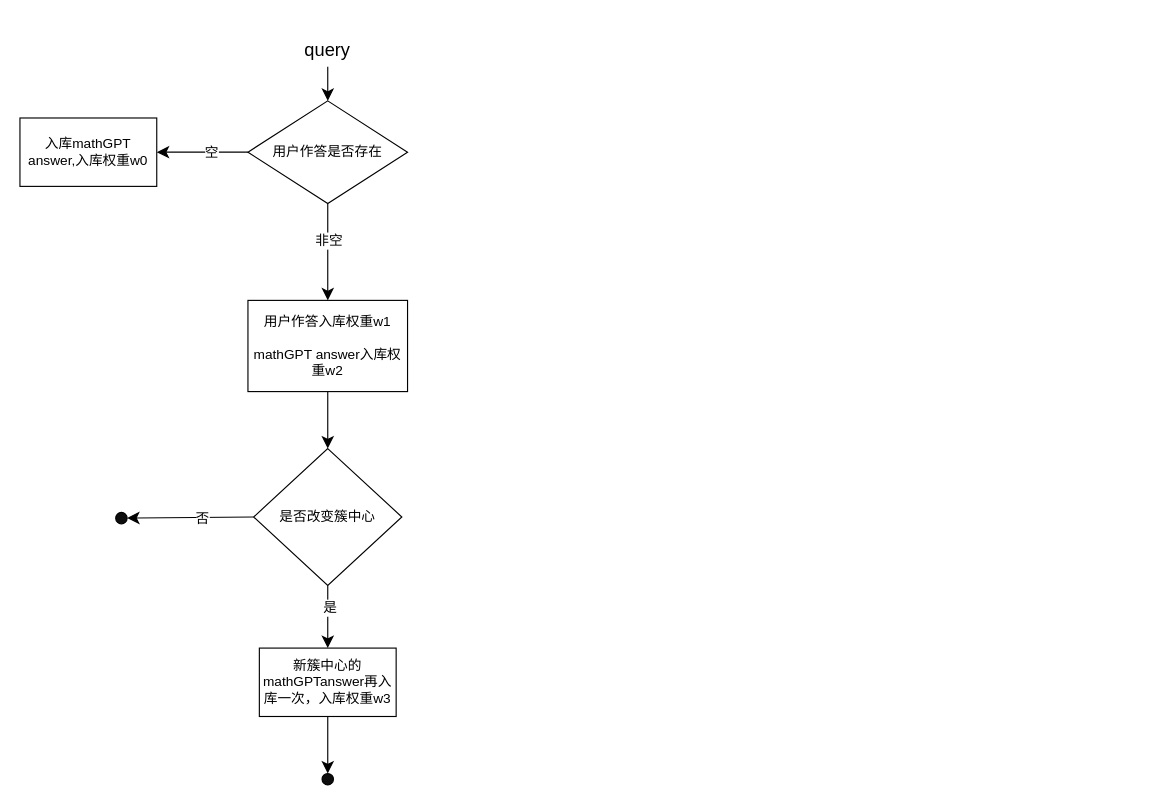
This is update_answer.drawio from QinHsiu/plot_demo, a draw.io file, before an edit. Source tidied: cells renumbered, new cells numbered last; positions are measured from the earlier drawing's top-left corner, leaving out a move shared by most shapes. Both pictures are drawn from the tidied source at 114%, with x=0, y=0 at pixel (19, 32).
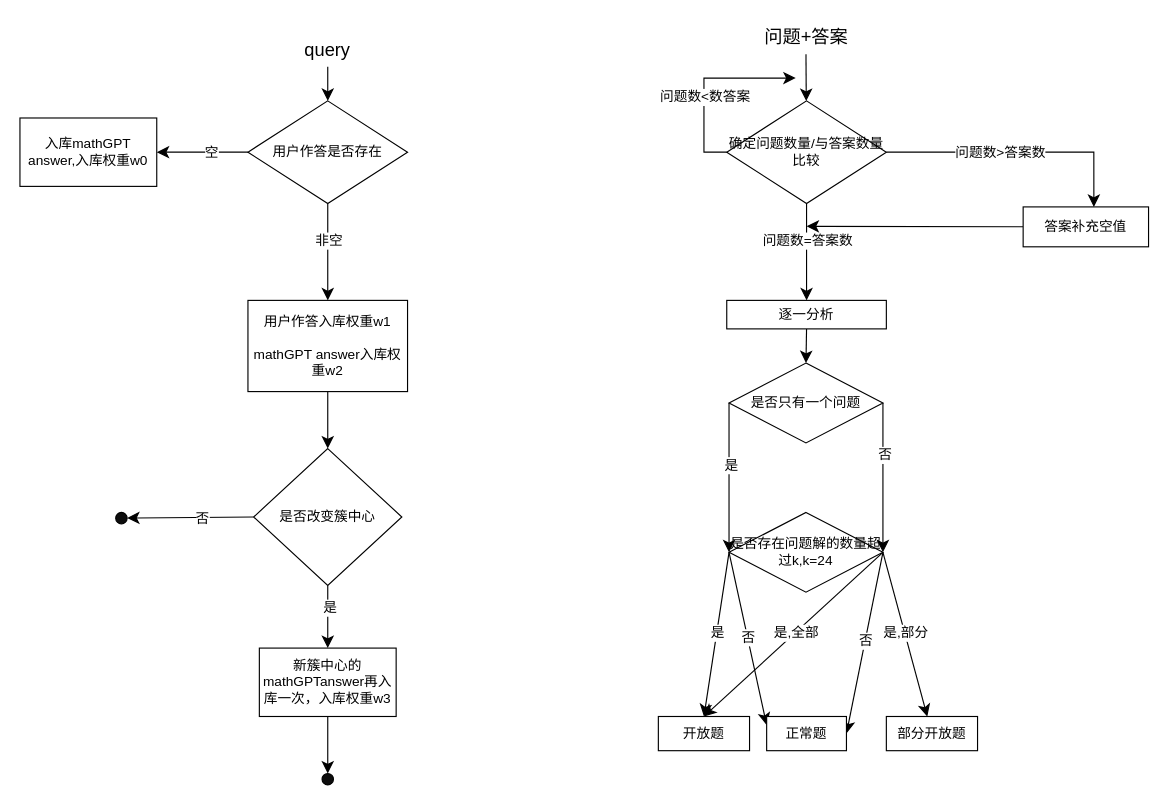
Above is the later version.

Change to the diagram source:
```diff
@@
+    <mxCell id="21" style="edgeStyle=none;curved=1;rounded=0;jettySize=auto;html=1;exitX=0.5;exitY=1;exitDx=0;exitDy=0;fontSize=12;startSize=8;endSize=8;" parent="1" edge="1" source="22" target="29">
+      <mxGeometry relative="1" as="geometry" />
+    </mxCell>
+    <mxCell id="22" value="问题+答案" style="text;html=1;align=center;verticalAlign=middle;whiteSpace=wrap;rounded=0;fontSize=16;" parent="1" vertex="1">
+      <mxGeometry x="644.5" y="-11" width="90" height="30" as="geometry" />
+    </mxCell>
+    <mxCell id="23" style="edgeStyle=orthogonalEdgeStyle;rounded=0;jettySize=auto;html=1;exitX=0;exitY=0.5;exitDx=0;exitDy=0;fontSize=12;startSize=8;endSize=8;endArrow=classic;endFill=1;" parent="1" edge="1" source="29">
+      <mxGeometry relative="1" as="geometry">
+        <mxPoint x="680" y="40" as="targetPoint" />
+      </mxGeometry>
+    </mxCell>
+    <mxCell id="24" value="问题数&amp;lt;数答案" style="edgeLabel;html=1;align=center;verticalAlign=middle;fontSize=12;" parent="23" vertex="1">
+      <mxGeometry x="-0.17" relative="1" as="geometry" />
+    </mxCell>
+    <mxCell id="25" style="edgeStyle=none;curved=1;rounded=0;jettySize=auto;html=1;exitX=0.5;exitY=1;exitDx=0;exitDy=0;fontSize=12;startSize=8;endSize=8;entryX=0.5;entryY=0;entryDx=0;entryDy=0;" parent="1" edge="1" source="29" target="31">
+      <mxGeometry relative="1" as="geometry" />
+    </mxCell>
+    <mxCell id="26" value="问题数=答案数" style="edgeLabel;html=1;align=center;verticalAlign=middle;fontSize=12;" parent="25" vertex="1">
+      <mxGeometry x="-0.25" relative="1" as="geometry" />
+    </mxCell>
+    <mxCell id="27" style="edgeStyle=orthogonalEdgeStyle;rounded=0;jettySize=auto;html=1;fontSize=12;startSize=8;endSize=8;entryX=0.564;entryY=0;entryDx=0;entryDy=0;entryPerimeter=0;" parent="1" edge="1" source="29" target="38">
+      <mxGeometry relative="1" as="geometry" />
+    </mxCell>
+    <mxCell id="28" value="问题数&amp;gt;答案数" style="edgeLabel;html=1;align=center;verticalAlign=middle;fontSize=12;" parent="27" vertex="1">
+      <mxGeometry x="-0.15" relative="1" as="geometry">
+        <mxPoint x="1" as="offset" />
+      </mxGeometry>
+    </mxCell>
+    <mxCell id="29" value="确定问题数量/与答案数量比较" style="rhombus;whiteSpace=wrap;html=1;" parent="1" vertex="1">
+      <mxGeometry x="620" y="60" width="140" height="90" as="geometry" />
+    </mxCell>
+    <mxCell id="30" style="edgeStyle=none;curved=1;rounded=0;jettySize=auto;html=1;exitX=0.5;exitY=1;exitDx=0;exitDy=0;fontSize=12;startSize=8;endSize=8;entryX=0.5;entryY=0;entryDx=0;entryDy=0;" parent="1" edge="1" source="31" target="36">
+      <mxGeometry relative="1" as="geometry" />
+    </mxCell>
+    <mxCell id="31" value="逐一分析" style="rounded=0;whiteSpace=wrap;html=1;" parent="1" vertex="1">
+      <mxGeometry x="620" y="235" width="140" height="25" as="geometry" />
+    </mxCell>
+    <mxCell id="32" style="edgeStyle=none;curved=1;rounded=0;jettySize=auto;html=1;exitX=0;exitY=0.5;exitDx=0;exitDy=0;fontSize=12;startSize=8;endSize=8;entryX=0;entryY=0.5;entryDx=0;entryDy=0;" parent="1" edge="1" target="41">
+      <mxGeometry relative="1" as="geometry">
+        <mxPoint x="622" y="325" as="sourcePoint" />
+      </mxGeometry>
+    </mxCell>
+    <mxCell id="33" value="是" style="edgeLabel;html=1;align=center;verticalAlign=middle;fontSize=12;" parent="32" vertex="1">
+      <mxGeometry x="-0.17" y="1" relative="1" as="geometry" />
+    </mxCell>
+    <mxCell id="34" style="edgeStyle=none;curved=1;rounded=0;jettySize=auto;html=1;exitX=1;exitY=0.5;exitDx=0;exitDy=0;fontSize=12;startSize=8;endSize=8;entryX=1;entryY=0.5;entryDx=0;entryDy=0;" parent="1" edge="1" target="41">
+      <mxGeometry relative="1" as="geometry">
+        <mxPoint x="757" y="325" as="sourcePoint" />
+      </mxGeometry>
+    </mxCell>
+    <mxCell id="35" value="否" style="edgeLabel;html=1;align=center;verticalAlign=middle;fontSize=12;" parent="34" vertex="1">
+      <mxGeometry x="-0.31" y="1" relative="1" as="geometry" />
+    </mxCell>
+    <mxCell id="36" value="是否只有一个问题" style="rhombus;whiteSpace=wrap;html=1;" parent="1" vertex="1">
+      <mxGeometry x="622" y="290" width="135" height="70" as="geometry" />
+    </mxCell>
+    <mxCell id="37" style="edgeStyle=none;curved=1;rounded=0;jettySize=auto;html=1;fontSize=12;startSize=8;endSize=8;" parent="1" edge="1" source="38">
+      <mxGeometry relative="1" as="geometry">
+        <mxPoint x="690" y="170" as="targetPoint" />
+      </mxGeometry>
+    </mxCell>
+    <mxCell id="38" value="答案补充空值" style="rounded=0;whiteSpace=wrap;html=1;" parent="1" vertex="1">
+      <mxGeometry x="880" y="153" width="110" height="35" as="geometry" />
+    </mxCell>
+    <mxCell id="39" style="edgeStyle=none;curved=1;rounded=0;jettySize=auto;html=1;fontSize=12;startSize=8;endSize=8;exitX=0;exitY=0.5;exitDx=0;exitDy=0;entryX=0.5;entryY=0;entryDx=0;entryDy=0;" parent="1" edge="1" source="41" target="48">
+      <mxGeometry relative="1" as="geometry" />
+    </mxCell>
+    <mxCell id="40" value="是" style="edgeLabel;html=1;align=center;verticalAlign=middle;fontSize=12;" parent="39" vertex="1">
+      <mxGeometry x="-0.02" relative="1" as="geometry" />
+    </mxCell>
+    <mxCell id="41" value="是否存在问题解的数量超过k,k=24" style="rhombus;whiteSpace=wrap;html=1;" parent="1" vertex="1">
+      <mxGeometry x="622" y="421" width="135" height="70" as="geometry" />
+    </mxCell>
+    <mxCell id="42" style="edgeStyle=none;curved=1;rounded=0;jettySize=auto;html=1;fontSize=12;startSize=8;endSize=8;exitX=0;exitY=0.5;exitDx=0;exitDy=0;entryX=0;entryY=0.25;entryDx=0;entryDy=0;" parent="1" edge="1" source="41" target="49">
+      <mxGeometry relative="1" as="geometry" />
+    </mxCell>
+    <mxCell id="43" value="否" style="edgeLabel;html=1;align=center;verticalAlign=middle;fontSize=12;" parent="42" vertex="1">
+      <mxGeometry x="-0.02" relative="1" as="geometry" />
+    </mxCell>
+    <mxCell id="44" style="edgeStyle=none;curved=1;rounded=0;jettySize=auto;html=1;fontSize=12;startSize=8;endSize=8;exitX=1;exitY=0.5;exitDx=0;exitDy=0;" parent="1" edge="1" source="41" target="50">
+      <mxGeometry relative="1" as="geometry" />
+    </mxCell>
+    <mxCell id="45" value="是,部分" style="edgeLabel;html=1;align=center;verticalAlign=middle;fontSize=12;" parent="44" vertex="1">
+      <mxGeometry x="-0.02" relative="1" as="geometry" />
+    </mxCell>
+    <mxCell id="46" style="edgeStyle=none;curved=1;rounded=0;jettySize=auto;html=1;fontSize=12;startSize=8;endSize=8;exitX=1;exitY=0.5;exitDx=0;exitDy=0;entryX=1;entryY=0.5;entryDx=0;entryDy=0;" parent="1" edge="1" source="41" target="49">
+      <mxGeometry relative="1" as="geometry" />
+    </mxCell>
+    <mxCell id="47" value="否" style="edgeLabel;html=1;align=center;verticalAlign=middle;fontSize=12;" parent="46" vertex="1">
+      <mxGeometry x="-0.02" relative="1" as="geometry" />
+    </mxCell>
+    <mxCell id="48" value="开放题" style="whiteSpace=wrap;html=1;" parent="1" vertex="1">
+      <mxGeometry x="560" y="600" width="80" height="30" as="geometry" />
+    </mxCell>
+    <mxCell id="49" value="正常题" style="whiteSpace=wrap;html=1;" parent="1" vertex="1">
+      <mxGeometry x="655" y="600" width="70" height="30" as="geometry" />
+    </mxCell>
+    <mxCell id="50" value="部分开放题" style="whiteSpace=wrap;html=1;" parent="1" vertex="1">
+      <mxGeometry x="760" y="600" width="80" height="30" as="geometry" />
+    </mxCell>
+    <mxCell id="51" style="edgeStyle=none;curved=1;rounded=0;jettySize=auto;html=1;fontSize=12;startSize=8;endSize=8;entryX=0.5;entryY=0;entryDx=0;entryDy=0;exitX=1;exitY=0.5;exitDx=0;exitDy=0;" parent="1" edge="1" source="41" target="48">
+      <mxGeometry relative="1" as="geometry" />
+    </mxCell>
+    <mxCell id="52" value="是,全部" style="edgeLabel;html=1;align=center;verticalAlign=middle;fontSize=12;" parent="51" vertex="1">
+      <mxGeometry x="-0.02" relative="1" as="geometry" />
+    </mxCell>
```
